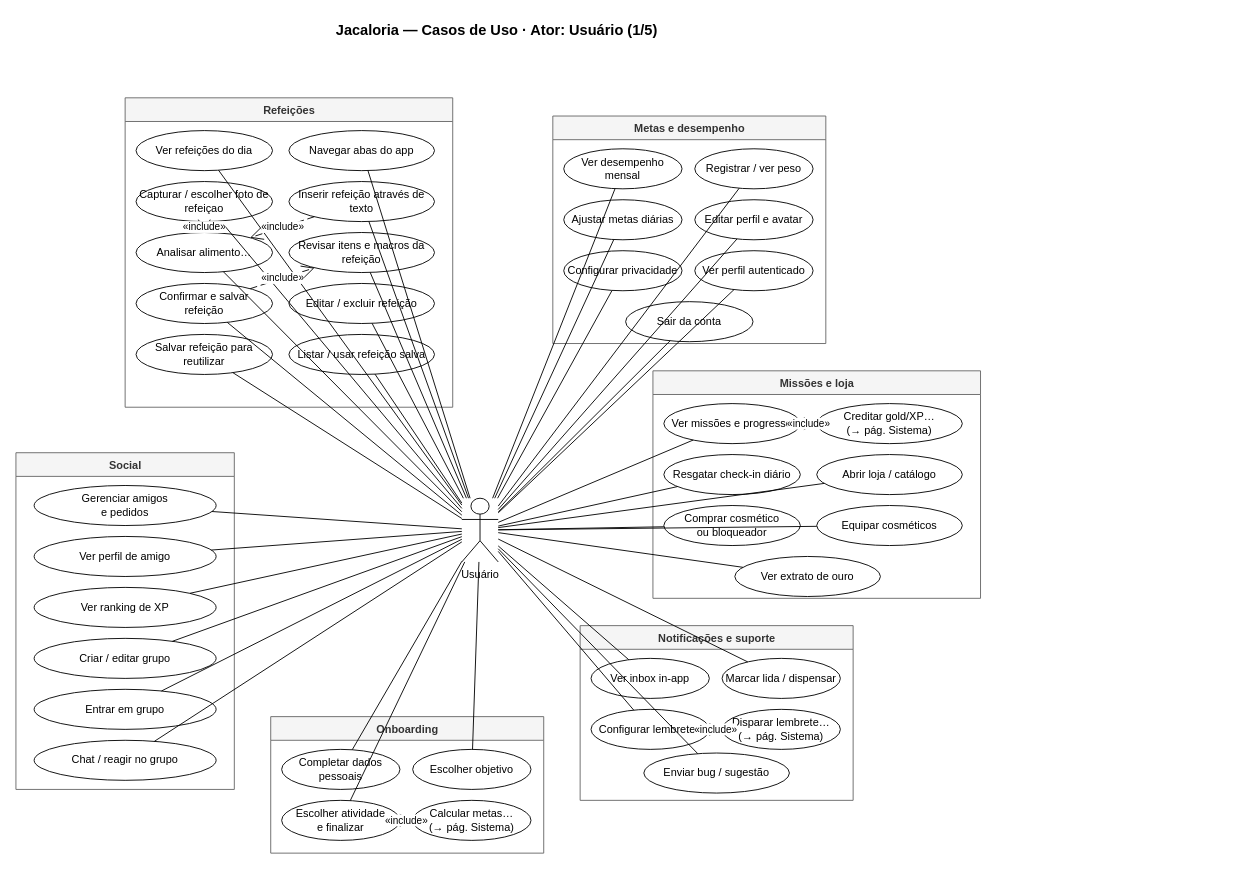
This is page "Usuário" (1 of 5) of frontend/CasosDeUso.drawio from israelhub/JacalorIA-CONTADOR-DE-CALORIAS, a draw.io file, before an edit. Source tidied: cells renumbered, new cells numbered last; positions are measured from the earlier drawing's top-left corner, leaving out a move shared by most shapes. Both pictures are drawn from the tidied source at 91%, with x=0, y=0 at pixel (15, 15).
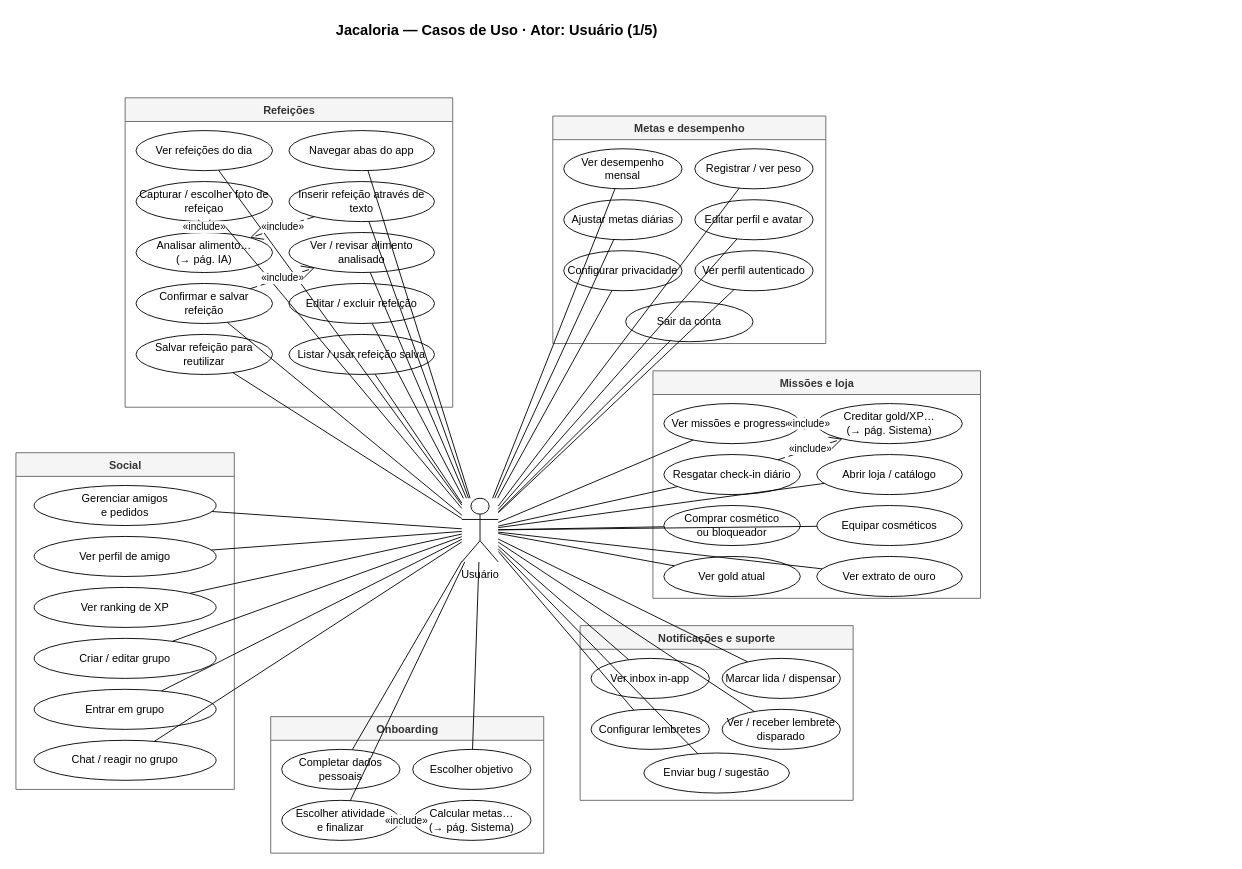
The same page after the edit.

Commit message (it also covers changes not shown here):
Corrige responsabilidades nos casos de uso (IA/Sistema).

Analisar alimento fica na IA (stub no Usuário); disparar lembrete e
creditar gold/XP no Sistema. Usuário vê/revisa análise, recebe lembrete,
vê gold/extrato; missões/check-in incluem crédito via stub.

The change refers to these unchanged cells:
```xml
<mxCell id="3" value="Usuário" style="shape=umlActor;verticalLabelPosition=bottom;verticalAlign=top;html=1;outlineConnect=0;" parent="1" vertex="1">
  <mxGeometry x="490" y="530" width="40" height="70" as="geometry" />
</mxCell>
<mxCell id="13" value="Refeições" style="swimlane;fontStyle=1;align=center;verticalAlign=top;startSize=26;fillColor=#f5f5f5;strokeColor=#666666;fontColor=#333333;html=1;" parent="1" vertex="1">
  <mxGeometry x="120" y="90" width="360" height="340" as="geometry" />
</mxCell>
<mxCell id="52" value="Missões e loja" style="swimlane;fontStyle=1;align=center;verticalAlign=top;startSize=26;fillColor=#f5f5f5;strokeColor=#666666;fontColor=#333333;html=1;" parent="1" vertex="1">
  <mxGeometry x="700" y="390" width="360" height="250" as="geometry" />
</mxCell>
<mxCell id="54" value="Creditar gold/XP…&#10;(→ pág. Sistema)" style="ellipse;whiteSpace=wrap;html=1;" parent="52" vertex="1">
  <mxGeometry x="180" y="36" width="160" height="44" as="geometry" />
</mxCell>
<mxCell id="55" value="Resgatar check-in diário" style="ellipse;whiteSpace=wrap;html=1;" parent="52" vertex="1">
  <mxGeometry x="12" y="92" width="150" height="44" as="geometry" />
</mxCell>
<mxCell id="80" value="Notificações e suporte" style="swimlane;fontStyle=1;align=center;verticalAlign=top;startSize=26;fillColor=#f5f5f5;strokeColor=#666666;fontColor=#333333;html=1;" parent="1" vertex="1">
  <mxGeometry x="620" y="670" width="300" height="192" as="geometry" />
</mxCell>
<mxCell id="83" value="Configurar lembretes" style="ellipse;whiteSpace=wrap;html=1;" parent="80" vertex="1">
  <mxGeometry x="12" y="92" width="130" height="44" as="geometry" />
</mxCell>
```

Diff of the diagram source:
```diff
@@
-    <mxCell id="18" value="Analisar alimento…" style="ellipse;whiteSpace=wrap;html=1;" parent="13" vertex="1">
+    <mxCell id="18" value="Analisar alimento…&#10;(→ pág. IA)" style="ellipse;whiteSpace=wrap;html=1;" parent="13" vertex="1">
       <mxGeometry x="12" y="148" width="150" height="44" as="geometry" />
     </mxCell>
-    <mxCell id="19" value="Revisar itens e macros da refeição" style="ellipse;whiteSpace=wrap;html=1;" parent="13" vertex="1">
+    <mxCell id="19" value="Ver / revisar alimento&#10;analisado" style="ellipse;whiteSpace=wrap;html=1;" parent="13" vertex="1">
       <mxGeometry x="180" y="148" width="160" height="44" as="geometry" />
     </mxCell>
@@
-    <mxCell id="28" style="endArrow=none;html=1;rounded=0;strokeWidth=1;" parent="1" edge="1" source="3" target="18">
-      <mxGeometry relative="1" as="geometry" />
-    </mxCell>
@@
     <mxCell id="59" value="Ver extrato de ouro" style="ellipse;whiteSpace=wrap;html=1;" parent="52" vertex="1">
-      <mxGeometry x="90" y="204" width="160" height="44" as="geometry" />
+      <mxGeometry x="180" y="204" width="160" height="44" as="geometry" />
     </mxCell>
@@
-    <mxCell id="84" value="Disparar lembrete…&#10;(→ pág. Sistema)" style="ellipse;whiteSpace=wrap;html=1;" parent="80" vertex="1">
+    <mxCell id="84" value="Ver / receber lembrete&#10;disparado" style="ellipse;whiteSpace=wrap;html=1;" parent="80" vertex="1">
       <mxGeometry x="156" y="92" width="130" height="44" as="geometry" />
     </mxCell>
@@
+    <mxCell id="91" style="endArrow=none;html=1;rounded=0;strokeWidth=1;" parent="1" edge="1" source="3" target="84">
+      <mxGeometry relative="1" as="geometry" />
+    </mxCell>
+    <mxCell id="92" value="Ver gold atual" style="ellipse;whiteSpace=wrap;html=1;" parent="52" vertex="1">
+      <mxGeometry x="12" y="204" width="150" height="44" as="geometry" />
+    </mxCell>
+    <mxCell id="93" style="endArrow=none;html=1;rounded=0;strokeWidth=1;" parent="1" edge="1" source="3" target="92">
+      <mxGeometry relative="1" as="geometry" />
+    </mxCell>
-    <mxCell id="90" value="«include»" style="endArrow=open;html=1;endSize=12;dashed=1;dashPattern=8 4;rounded=0;" parent="1" edge="1" source="83" target="84">
+    <mxCell id="90" value="«include»" style="endArrow=open;html=1;endSize=12;dashed=1;dashPattern=8 4;rounded=0;" parent="1" edge="1" source="55" target="54">
       <mxGeometry relative="1" as="geometry" />
     </mxCell>
```
